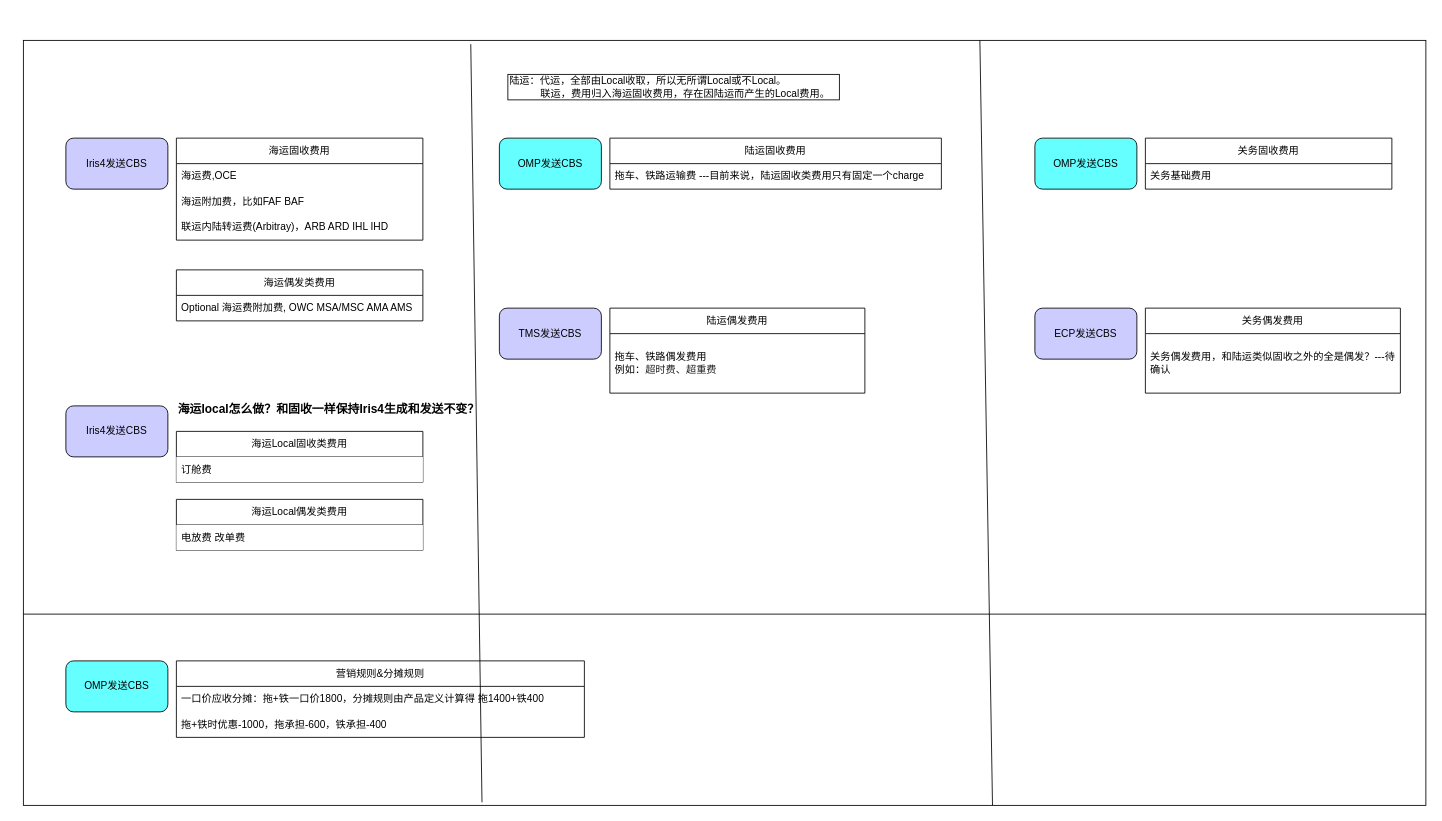
Linsq0504/OMP keeps this draw.io diagram as 计费模块-费用分类.drawio. Above is the earlier version. Source tidied: cells renumbered, new cells numbered last; positions are measured from the earlier drawing's top-left corner, leaving out a move shared by most shapes. Both pictures are drawn from the tidied source at 85%, with x=0, y=0 at pixel (23, 40).
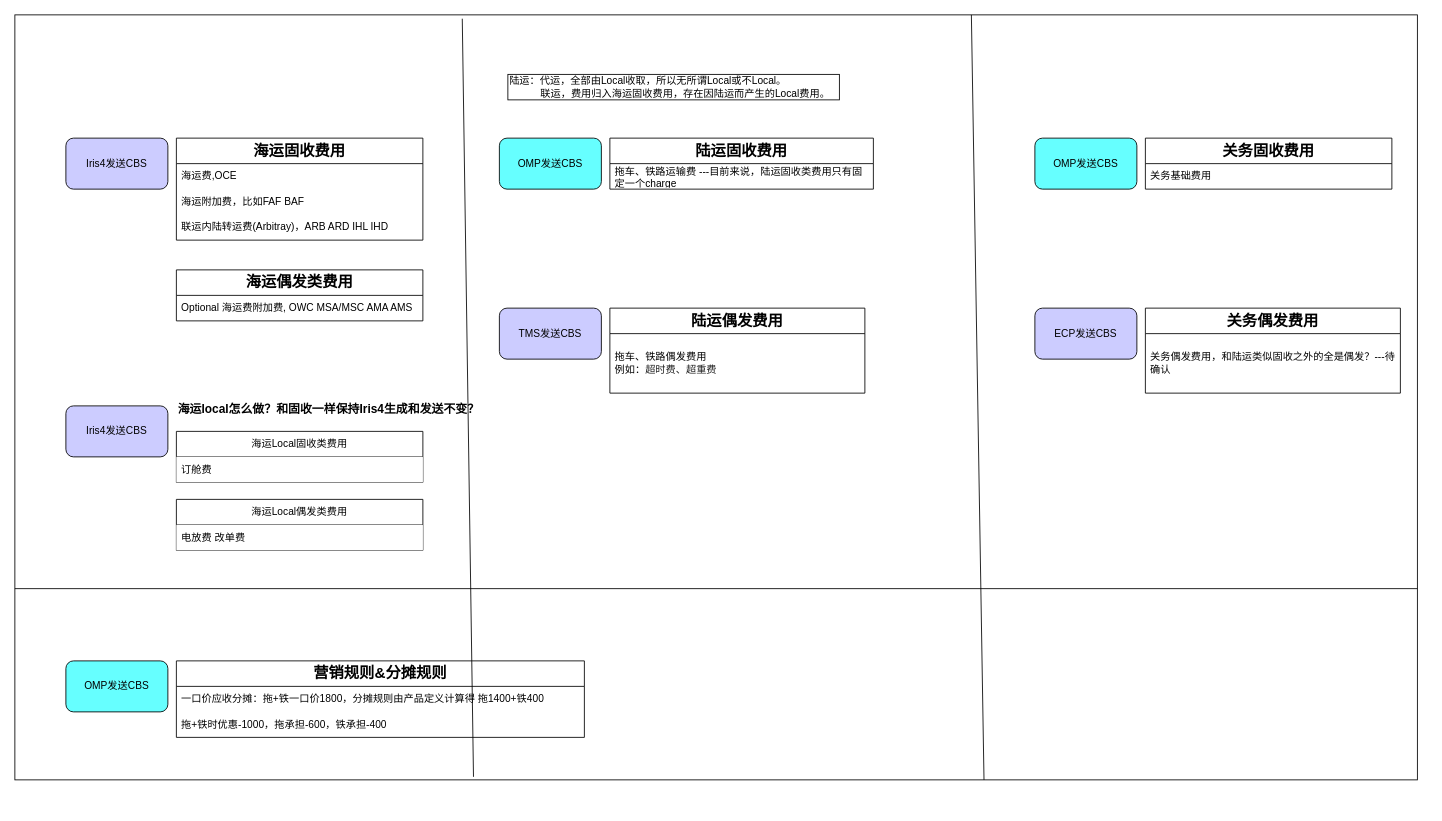
After the change.

Commit message:
更新计费模块-费用分类.drawio

The edit, as a diff of the source:
```diff
@@
     <mxCell id="2" style="rounded=0;whiteSpace=wrap;html=1;" parent="1" vertex="1">
-      <mxGeometry width="1650" height="900" as="geometry" />
+      <mxGeometry x="-10" y="-30" width="1650" height="900" as="geometry" />
     </mxCell>
-    <mxCell id="3" value="海运固收费用" style="swimlane;fontStyle=0;horizontal=1;startSize=30;whiteSpace=wrap;html=1;" parent="1" vertex="1">
+    <mxCell id="3" value="&lt;font style=&quot;font-size: 18px;&quot;&gt;&lt;b&gt;海运固收费用&lt;/b&gt;&lt;/font&gt;" style="swimlane;fontStyle=0;horizontal=1;startSize=30;whiteSpace=wrap;html=1;" parent="1" vertex="1">
       <mxGeometry x="180" y="115" width="290" height="120" as="geometry" />
     </mxCell>
@@
-    <mxCell id="7" value="海运偶发类费用" style="swimlane;fontStyle=0;horizontal=1;startSize=30;whiteSpace=wrap;html=1;" parent="1" vertex="1">
+    <mxCell id="7" value="&lt;font style=&quot;font-size: 18px;&quot;&gt;&lt;b&gt;海运偶发类费用&lt;/b&gt;&lt;/font&gt;" style="swimlane;fontStyle=0;horizontal=1;startSize=30;whiteSpace=wrap;html=1;" parent="1" vertex="1">
       <mxGeometry x="180" y="270" width="290" height="60" as="geometry" />
     </mxCell>
@@
-    <mxCell id="13" value="陆运固收费用" style="swimlane;fontStyle=0;horizontal=1;startSize=30;whiteSpace=wrap;html=1;" parent="1" vertex="1">
-      <mxGeometry x="690" y="115" width="390" height="60" as="geometry" />
+    <mxCell id="13" value="&lt;font style=&quot;font-size: 18px;&quot;&gt;&lt;b&gt;陆运固收费用&lt;/b&gt;&lt;/font&gt;" style="swimlane;fontStyle=0;horizontal=1;startSize=30;whiteSpace=wrap;html=1;" parent="1" vertex="1">
+      <mxGeometry x="690" y="115" width="310" height="60" as="geometry" />
     </mxCell>
     <mxCell id="14" value="拖车、铁路运输费 ---目前来说，陆运固收类费用只有固定一个charge" style="text;strokeColor=none;fillColor=none;align=left;verticalAlign=middle;spacingLeft=4;spacingRight=4;overflow=hidden;whiteSpace=wrap;html=1;" parent="13" vertex="1">
-      <mxGeometry y="30" width="390" height="30" as="geometry" />
+      <mxGeometry y="30" width="310" height="30" as="geometry" />
     </mxCell>
-    <mxCell id="15" value="陆运偶发费用" style="swimlane;fontStyle=0;horizontal=1;startSize=30;whiteSpace=wrap;html=1;" parent="1" vertex="1">
+    <mxCell id="15" value="&lt;font style=&quot;font-size: 18px;&quot;&gt;&lt;b&gt;陆运偶发费用&lt;/b&gt;&lt;/font&gt;" style="swimlane;fontStyle=0;horizontal=1;startSize=30;whiteSpace=wrap;html=1;" parent="1" vertex="1">
       <mxGeometry x="690" y="315" width="300" height="100" as="geometry" />
     </mxCell>
@@
-    <mxCell id="18" value="关务固收费用" style="swimlane;fontStyle=0;horizontal=1;startSize=30;whiteSpace=wrap;html=1;" parent="1" vertex="1">
+    <mxCell id="18" value="&lt;font style=&quot;font-size: 18px;&quot;&gt;&lt;b&gt;关务固收费用&lt;/b&gt;&lt;/font&gt;" style="swimlane;fontStyle=0;horizontal=1;startSize=30;whiteSpace=wrap;html=1;" parent="1" vertex="1">
       <mxGeometry x="1320" y="115" width="290" height="60" as="geometry" />
     </mxCell>
@@
-    <mxCell id="20" value="关务偶发费用" style="swimlane;fontStyle=0;horizontal=1;startSize=30;whiteSpace=wrap;html=1;" parent="1" vertex="1">
+    <mxCell id="20" value="&lt;font style=&quot;font-size: 18px;&quot;&gt;&lt;b&gt;关务偶发费用&lt;/b&gt;&lt;/font&gt;" style="swimlane;fontStyle=0;horizontal=1;startSize=30;whiteSpace=wrap;html=1;" parent="1" vertex="1">
       <mxGeometry x="1320" y="315" width="300" height="100" as="geometry" />
     </mxCell>
@@
-    <mxCell id="29" value="营销规则&amp;amp;分摊规则" style="swimlane;fontStyle=0;horizontal=1;startSize=30;whiteSpace=wrap;html=1;" parent="1" vertex="1">
+    <mxCell id="29" value="&lt;font style=&quot;font-size: 18px;&quot;&gt;&lt;b&gt;营销规则&amp;amp;分摊规则&lt;/b&gt;&lt;/font&gt;" style="swimlane;fontStyle=0;horizontal=1;startSize=30;whiteSpace=wrap;html=1;" parent="1" vertex="1">
       <mxGeometry x="180" y="730" width="480" height="90" as="geometry" />
     </mxCell>
```
